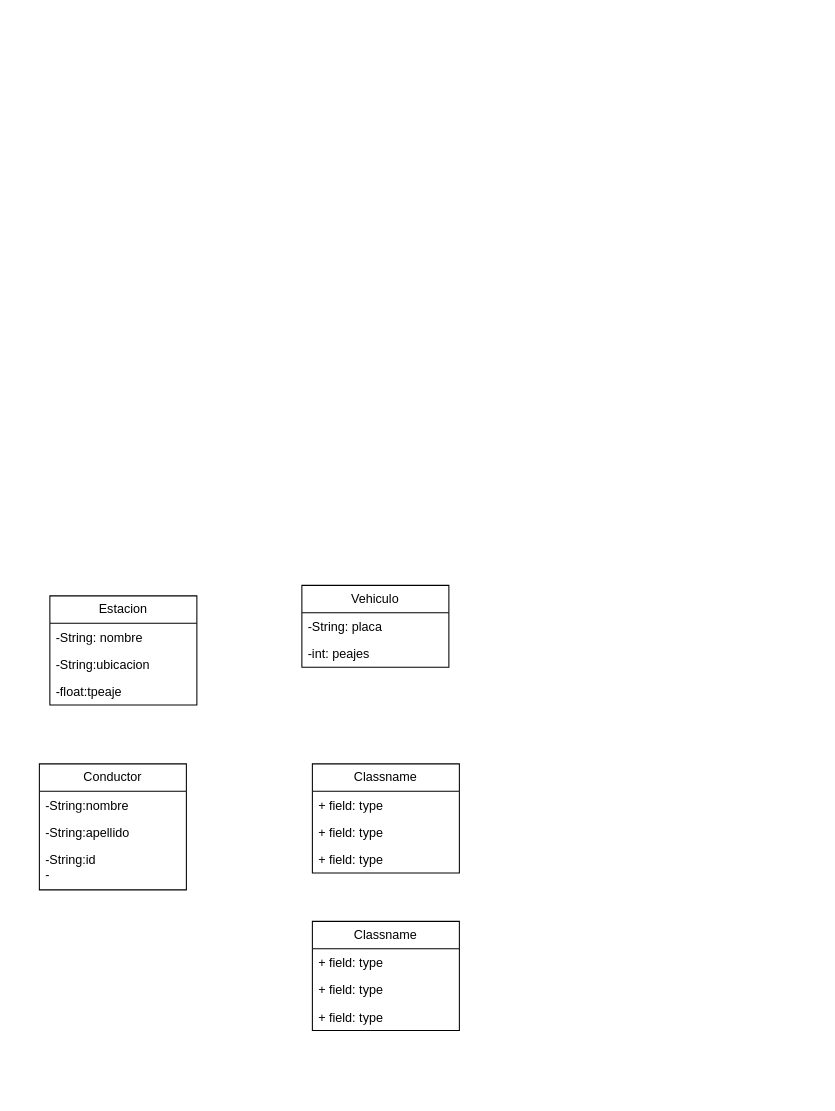
Before: Diagrama sin título.drawio in NICO-O2/Preparcial3, a draw.io diagram. Source tidied: cells renumbered, new cells numbered last; positions are measured from the earlier drawing's top-left corner, leaving out a move shared by most shapes. Both pictures are drawn from the tidied source at 105%, with x=0, y=0 at pixel (39, 585).
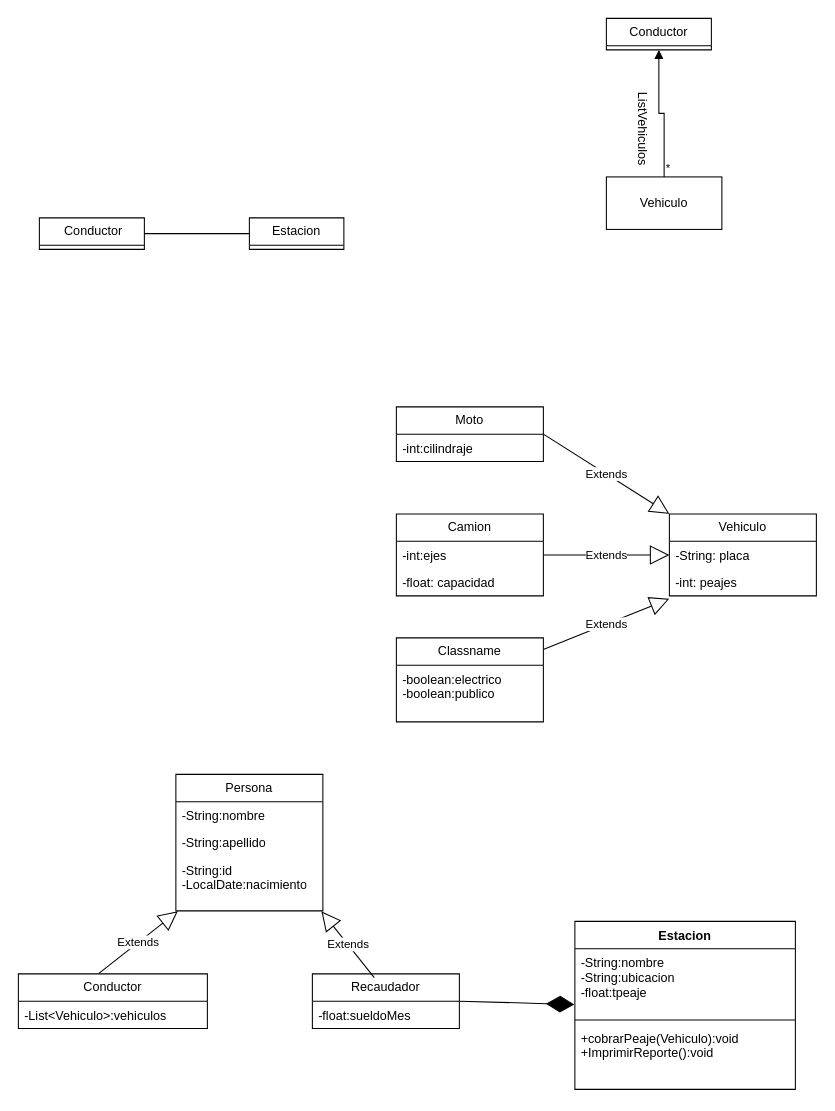
The same diagram, later.

Commit message:
Diagrama PreParcial

Unchanged cells that the change refers to:
```xml
<mxCell id="15" value="-String: placa" style="text;strokeColor=none;fillColor=none;align=left;verticalAlign=top;spacingLeft=4;spacingRight=4;overflow=hidden;points=[[0,0.5],[1,0.5]];portConstraint=eastwest;whiteSpace=wrap;html=1;" parent="14" vertex="1">
  <mxGeometry y="26" width="140" height="26" as="geometry" />
</mxCell>
<mxCell id="16" value="-int: peajes" style="text;strokeColor=none;fillColor=none;align=left;verticalAlign=top;spacingLeft=4;spacingRight=4;overflow=hidden;points=[[0,0.5],[1,0.5]];portConstraint=eastwest;whiteSpace=wrap;html=1;" parent="14" vertex="1">
  <mxGeometry y="52" width="140" height="26" as="geometry" />
</mxCell>
```

The edit, as a diff of the source:
```diff
@@
-    <mxCell id="2" value="Classname" style="swimlane;fontStyle=0;horizontal=1;startSize=26;fillColor=none;whiteSpace=wrap;html=1;" parent="1" vertex="1">
-      <mxGeometry x="260" y="170" width="140" height="104" as="geometry" />
+    <mxCell id="2" value="Moto" style="swimlane;fontStyle=0;horizontal=1;startSize=26;fillColor=none;whiteSpace=wrap;html=1;" parent="1" vertex="1">
+      <mxGeometry x="340" y="-170" width="140" height="52" as="geometry" />
     </mxCell>
-    <mxCell id="3" value="+ field: type" style="text;strokeColor=none;fillColor=none;align=left;verticalAlign=top;spacingLeft=4;spacingRight=4;overflow=hidden;whiteSpace=wrap;html=1;" parent="2" vertex="1">
+    <mxCell id="3" value="-int:cilindraje" style="text;strokeColor=none;fillColor=none;align=left;verticalAlign=top;spacingLeft=4;spacingRight=4;overflow=hidden;whiteSpace=wrap;html=1;" parent="2" vertex="1">
       <mxGeometry y="26" width="140" height="26" as="geometry" />
     </mxCell>
-    <mxCell id="4" value="+ field: type" style="text;strokeColor=none;fillColor=none;align=left;verticalAlign=top;spacingLeft=4;spacingRight=4;overflow=hidden;whiteSpace=wrap;html=1;" parent="2" vertex="1">
-      <mxGeometry y="52" width="140" height="26" as="geometry" />
-    </mxCell>
-    <mxCell id="5" value="+ field: type" style="text;strokeColor=none;fillColor=none;align=left;verticalAlign=top;spacingLeft=4;spacingRight=4;overflow=hidden;whiteSpace=wrap;html=1;" parent="2" vertex="1">
-      <mxGeometry y="78" width="140" height="26" as="geometry" />
-    </mxCell>
-    <mxCell id="6" value="Classname" style="swimlane;fontStyle=0;horizontal=1;startSize=26;fillColor=none;whiteSpace=wrap;html=1;" parent="1" vertex="1">
-      <mxGeometry x="260" y="320" width="140" height="104" as="geometry" />
+    <mxCell id="6" value="Camion" style="swimlane;fontStyle=0;horizontal=1;startSize=26;fillColor=none;whiteSpace=wrap;html=1;" parent="1" vertex="1">
+      <mxGeometry x="340" y="-68" width="140" height="78" as="geometry" />
     </mxCell>
-    <mxCell id="7" value="+ field: type" style="text;strokeColor=none;fillColor=none;align=left;verticalAlign=top;spacingLeft=4;spacingRight=4;overflow=hidden;points=[[0,0.5],[1,0.5]];portConstraint=eastwest;whiteSpace=wrap;html=1;" parent="6" vertex="1">
+    <mxCell id="7" value="-int:ejes" style="text;strokeColor=none;fillColor=none;align=left;verticalAlign=top;spacingLeft=4;spacingRight=4;overflow=hidden;points=[[0,0.5],[1,0.5]];portConstraint=eastwest;whiteSpace=wrap;html=1;" parent="6" vertex="1">
       <mxGeometry y="26" width="140" height="26" as="geometry" />
     </mxCell>
-    <mxCell id="8" value="+ field: type" style="text;strokeColor=none;fillColor=none;align=left;verticalAlign=top;spacingLeft=4;spacingRight=4;overflow=hidden;whiteSpace=wrap;html=1;" parent="6" vertex="1">
+    <mxCell id="8" value="-float: capacidad" style="text;strokeColor=none;fillColor=none;align=left;verticalAlign=top;spacingLeft=4;spacingRight=4;overflow=hidden;whiteSpace=wrap;html=1;" parent="6" vertex="1">
       <mxGeometry y="52" width="140" height="26" as="geometry" />
     </mxCell>
-    <mxCell id="9" value="+ field: type" style="text;strokeColor=none;fillColor=none;align=left;verticalAlign=top;spacingLeft=4;spacingRight=4;overflow=hidden;whiteSpace=wrap;html=1;" parent="6" vertex="1">
-      <mxGeometry y="78" width="140" height="26" as="geometry" />
-    </mxCell>
     <mxCell id="10" value="Conductor" style="swimlane;fontStyle=0;horizontal=1;startSize=26;fillColor=none;whiteSpace=wrap;html=1;" parent="1" vertex="1">
-      <mxGeometry y="170" width="140" height="120" as="geometry" />
+      <mxGeometry x="-20" y="370" width="180" height="52" as="geometry" />
     </mxCell>
-    <mxCell id="11" value="-String:nombre" style="text;strokeColor=none;fillColor=none;align=left;verticalAlign=top;spacingLeft=4;spacingRight=4;overflow=hidden;whiteSpace=wrap;html=1;" parent="10" vertex="1">
-      <mxGeometry y="26" width="140" height="26" as="geometry" />
-    </mxCell>
-    <mxCell id="12" value="-String:apellido" style="text;strokeColor=none;fillColor=none;align=left;verticalAlign=top;spacingLeft=4;spacingRight=4;overflow=hidden;whiteSpace=wrap;html=1;" parent="10" vertex="1">
-      <mxGeometry y="52" width="140" height="26" as="geometry" />
-    </mxCell>
-    <mxCell id="13" value="-String:id&lt;div&gt;-&lt;/div&gt;" style="text;strokeColor=none;fillColor=none;align=left;verticalAlign=top;spacingLeft=4;spacingRight=4;overflow=hidden;whiteSpace=wrap;html=1;" parent="10" vertex="1">
-      <mxGeometry y="78" width="140" height="42" as="geometry" />
-    </mxCell>
     <mxCell id="14" value="Vehiculo" style="swimlane;fontStyle=0;horizontal=1;startSize=26;fillColor=none;whiteSpace=wrap;html=1;" parent="1" vertex="1">
-      <mxGeometry x="250" width="140" height="78" as="geometry" />
+      <mxGeometry x="600" y="-68" width="140" height="78" as="geometry" />
     </mxCell>
@@
+    <mxCell id="21" value="Persona" style="swimlane;fontStyle=0;horizontal=1;startSize=26;fillColor=none;whiteSpace=wrap;html=1;" parent="1" vertex="1">
+      <mxGeometry x="130" y="180" width="140" height="130" as="geometry" />
+    </mxCell>
+    <mxCell id="22" value="-String:nombre" style="text;strokeColor=none;fillColor=none;align=left;verticalAlign=top;spacingLeft=4;spacingRight=4;overflow=hidden;whiteSpace=wrap;html=1;" parent="21" vertex="1">
+      <mxGeometry y="26" width="140" height="26" as="geometry" />
+    </mxCell>
+    <mxCell id="12" value="-String:apellido" style="text;strokeColor=none;fillColor=none;align=left;verticalAlign=top;spacingLeft=4;spacingRight=4;overflow=hidden;whiteSpace=wrap;html=1;" parent="21" vertex="1">
+      <mxGeometry y="52" width="140" height="26" as="geometry" />
+    </mxCell>
+    <mxCell id="23" value="-String:id&lt;div&gt;-LocalDate:nacimiento&lt;/div&gt;" style="text;strokeColor=none;fillColor=none;align=left;verticalAlign=top;spacingLeft=4;spacingRight=4;overflow=hidden;points=[[0,0.5],[1,0.5]];portConstraint=eastwest;whiteSpace=wrap;html=1;" parent="21" vertex="1">
+      <mxGeometry y="78" width="140" height="52" as="geometry" />
+    </mxCell>
+    <mxCell id="11" value="-List&amp;lt;Vehiculo&amp;gt;:vehiculos" style="text;strokeColor=none;fillColor=none;align=left;verticalAlign=top;spacingLeft=4;spacingRight=4;overflow=hidden;whiteSpace=wrap;html=1;" parent="1" vertex="1">
+      <mxGeometry x="-20" y="396" width="180" height="26" as="geometry" />
+    </mxCell>
+    <mxCell id="24" value="Recaudador" style="swimlane;fontStyle=0;horizontal=1;startSize=26;fillColor=none;whiteSpace=wrap;html=1;" parent="1" vertex="1">
+      <mxGeometry x="260" y="370" width="140" height="52" as="geometry" />
+    </mxCell>
+    <mxCell id="25" value="-float:sueldoMes" style="text;strokeColor=none;fillColor=none;align=left;verticalAlign=top;spacingLeft=4;spacingRight=4;overflow=hidden;whiteSpace=wrap;html=1;" parent="24" vertex="1">
+      <mxGeometry y="26" width="140" height="26" as="geometry" />
+    </mxCell>
+    <mxCell id="26" value="Extends" style="endArrow=block;endSize=16;endFill=0;html=1;rounded=0;exitX=0.426;exitY=-0.008;exitDx=0;exitDy=0;exitPerimeter=0;entryX=0.013;entryY=1.008;entryDx=0;entryDy=0;entryPerimeter=0;" parent="1" edge="1" source="10" target="23">
+      <mxGeometry relative="1" as="geometry" />
+    </mxCell>
+    <mxCell id="27" value="Extends" style="endArrow=block;endSize=16;endFill=0;html=1;rounded=0;exitX=0.421;exitY=0.069;exitDx=0;exitDy=0;exitPerimeter=0;entryX=0.99;entryY=1.008;entryDx=0;entryDy=0;entryPerimeter=0;" parent="1" edge="1" source="24" target="23">
+      <mxGeometry relative="1" as="geometry" />
+    </mxCell>
+    <mxCell id="28" value="Classname" style="swimlane;fontStyle=0;horizontal=1;startSize=26;fillColor=none;whiteSpace=wrap;html=1;" parent="1" vertex="1">
+      <mxGeometry x="340" y="50" width="140" height="80" as="geometry" />
+    </mxCell>
+    <mxCell id="29" value="-boolean:electrico&lt;div&gt;-boolean:publico&lt;/div&gt;" style="text;strokeColor=none;fillColor=none;align=left;verticalAlign=top;spacingLeft=4;spacingRight=4;overflow=hidden;whiteSpace=wrap;html=1;" parent="28" vertex="1">
+      <mxGeometry y="26" width="140" height="54" as="geometry" />
+    </mxCell>
+    <mxCell id="30" value="Extends" style="endArrow=block;endSize=16;endFill=0;html=1;rounded=0;entryX=-0.001;entryY=1.108;entryDx=0;entryDy=0;entryPerimeter=0;exitX=1.004;exitY=0.135;exitDx=0;exitDy=0;exitPerimeter=0;" parent="1" edge="1" source="28" target="16">
+      <mxGeometry relative="1" as="geometry" />
+    </mxCell>
+    <mxCell id="31" value="Extends" style="endArrow=block;endSize=16;endFill=0;html=1;rounded=0;entryX=0;entryY=0.5;entryDx=0;entryDy=0;exitX=1;exitY=0.5;exitDx=0;exitDy=0;" parent="1" edge="1" source="7" target="15">
+      <mxGeometry relative="1" as="geometry" />
+    </mxCell>
+    <mxCell id="32" value="Extends" style="endArrow=block;endSize=16;endFill=0;html=1;rounded=0;exitX=1;exitY=0.5;exitDx=0;exitDy=0;entryX=0;entryY=0;entryDx=0;entryDy=0;" parent="1" edge="1" source="2" target="14">
+      <mxGeometry relative="1" as="geometry" />
+    </mxCell>
+    <mxCell id="33" value="Estacion" style="swimlane;fontStyle=1;align=center;verticalAlign=top;horizontal=1;startSize=26;whiteSpace=wrap;html=1;" parent="1" vertex="1">
+      <mxGeometry x="510" y="320" width="210" height="160" as="geometry" />
+    </mxCell>
+    <mxCell id="34" value="-String:nombre&lt;div&gt;-String:ubicacion&lt;/div&gt;&lt;div&gt;-float:tpeaje&lt;/div&gt;" style="text;strokeColor=none;fillColor=none;align=left;verticalAlign=top;spacingLeft=4;spacingRight=4;overflow=hidden;points=[[0,0.5],[1,0.5]];portConstraint=eastwest;whiteSpace=wrap;html=1;" parent="33" vertex="1">
+      <mxGeometry y="26" width="210" height="64" as="geometry" />
+    </mxCell>
+    <mxCell id="35" style="line;strokeWidth=1;fillColor=none;align=left;verticalAlign=middle;spacingTop=-1;spacingLeft=3;spacingRight=3;labelPosition=right;strokeColor=inherit;" parent="33" vertex="1">
+      <mxGeometry y="90" width="210" height="8" as="geometry" />
+    </mxCell>
+    <mxCell id="36" value="+cobrarPeaje(Vehiculo):void&lt;div&gt;+ImprimirReporte():void&lt;/div&gt;" style="text;strokeColor=none;fillColor=none;align=left;verticalAlign=top;spacingLeft=4;spacingRight=4;overflow=hidden;whiteSpace=wrap;html=1;" parent="33" vertex="1">
+      <mxGeometry y="98" width="210" height="62" as="geometry" />
+    </mxCell>
+    <mxCell id="37" style="endArrow=diamondThin;endFill=1;endSize=24;html=1;rounded=0;exitX=1;exitY=0.5;exitDx=0;exitDy=0;entryX=-0.003;entryY=0.831;entryDx=0;entryDy=0;entryPerimeter=0;" parent="1" edge="1" source="24" target="34">
+      <mxGeometry relative="1" as="geometry" />
+    </mxCell>
-    <mxCell id="17" value="Estacion" style="swimlane;fontStyle=0;horizontal=1;startSize=26;fillColor=none;whiteSpace=wrap;html=1;" parent="1" vertex="1">
-      <mxGeometry x="10" y="10" width="140" height="104" as="geometry" />
+    <mxCell id="17" value="Estacion" style="swimlane;fontStyle=0;horizontal=1;startSize=26;fillColor=none;whiteSpace=wrap;html=1;" parent="1" vertex="1" collapsed="1">
+      <mxGeometry x="200" y="-350" width="90" height="30" as="geometry" />
     </mxCell>
-    <mxCell id="18" value="-String: nombre" style="text;strokeColor=none;fillColor=none;align=left;verticalAlign=top;spacingLeft=4;spacingRight=4;overflow=hidden;whiteSpace=wrap;html=1;" parent="17" vertex="1">
-      <mxGeometry y="26" width="140" height="26" as="geometry" />
-    </mxCell>
-    <mxCell id="19" value="-String:ubicacion" style="text;strokeColor=none;fillColor=none;align=left;verticalAlign=top;spacingLeft=4;spacingRight=4;overflow=hidden;whiteSpace=wrap;html=1;" parent="17" vertex="1">
-      <mxGeometry y="52" width="140" height="26" as="geometry" />
-    </mxCell>
-    <mxCell id="20" value="-float:tpeaje" style="text;strokeColor=none;fillColor=none;align=left;verticalAlign=top;spacingLeft=4;spacingRight=4;overflow=hidden;whiteSpace=wrap;html=1;" parent="17" vertex="1">
-      <mxGeometry y="78" width="140" height="26" as="geometry" />
-    </mxCell>
+    <mxCell id="38" value="&amp;nbsp;Conductor" style="swimlane;fontStyle=0;horizontal=1;startSize=26;fillColor=none;whiteSpace=wrap;html=1;" parent="1" vertex="1" collapsed="1">
+      <mxGeometry y="-350" width="100" height="30" as="geometry" />
+    </mxCell>
+    <mxCell id="39" style="line;strokeWidth=1;fillColor=none;align=left;verticalAlign=middle;spacingTop=-1;spacingLeft=3;spacingRight=3;labelPosition=right;strokeColor=inherit;" parent="1" vertex="1">
+      <mxGeometry x="100" y="-339" width="100" height="8" as="geometry" />
+    </mxCell>
+    <mxCell id="40" value="Conductor" style="swimlane;fontStyle=0;horizontal=1;startSize=26;fillColor=none;whiteSpace=wrap;html=1;" parent="1" vertex="1" collapsed="1">
+      <mxGeometry x="540" y="-540" width="100" height="30" as="geometry" />
+    </mxCell>
+    <mxCell id="41" value="Vehiculo" style="html=1;whiteSpace=wrap;" parent="1" vertex="1">
+      <mxGeometry x="540" y="-389" width="110" height="50" as="geometry" />
+    </mxCell>
+    <mxCell id="42" style="endArrow=block;endFill=1;html=1;edgeStyle=orthogonalEdgeStyle;align=left;verticalAlign=top;rounded=0;exitX=0.5;exitY=0;exitDx=0;exitDy=0;" parent="1" edge="1" source="41" target="40">
+      <mxGeometry x="-1" relative="1" as="geometry" />
+    </mxCell>
+    <mxCell id="43" value="*" style="edgeLabel;html=1;align=left;verticalAlign=bottom;" parent="42" vertex="1">
+      <mxGeometry x="-1" relative="1" as="geometry" />
+    </mxCell>
+    <mxCell id="44" value="ListVehiculos" style="text;html=1;align=center;verticalAlign=middle;strokeColor=none;fillColor=none;rotation=90;" parent="1" vertex="1">
+      <mxGeometry x="530" y="-450" width="90" height="30" as="geometry" />
+    </mxCell>
```
